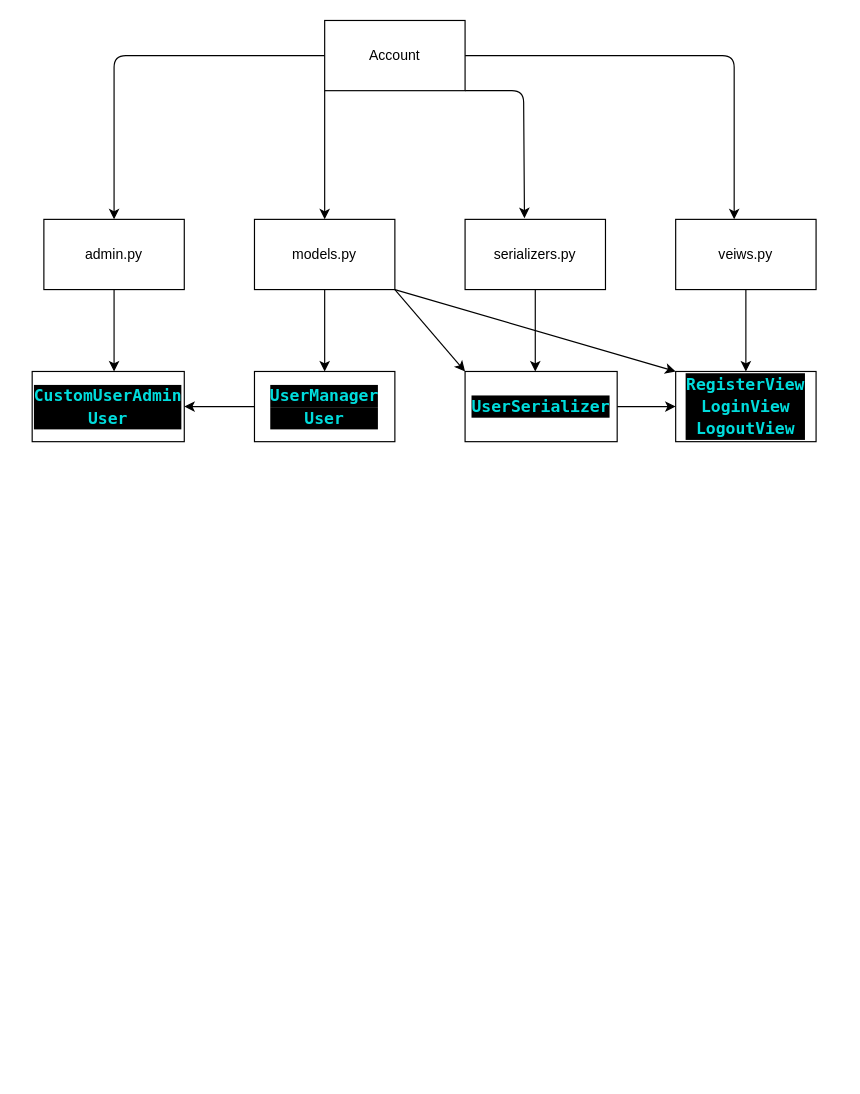
This is Account.drawio from UPTUZOVER/Ecommerce-full-django, a draw.io file, before an edit. Source tidied: cells renumbered, new cells numbered last; positions are measured from the earlier drawing's top-left corner, leaving out a move shared by most shapes. Both pictures are drawn from the tidied source at 117%, with x=0, y=0 at pixel (32, 20).
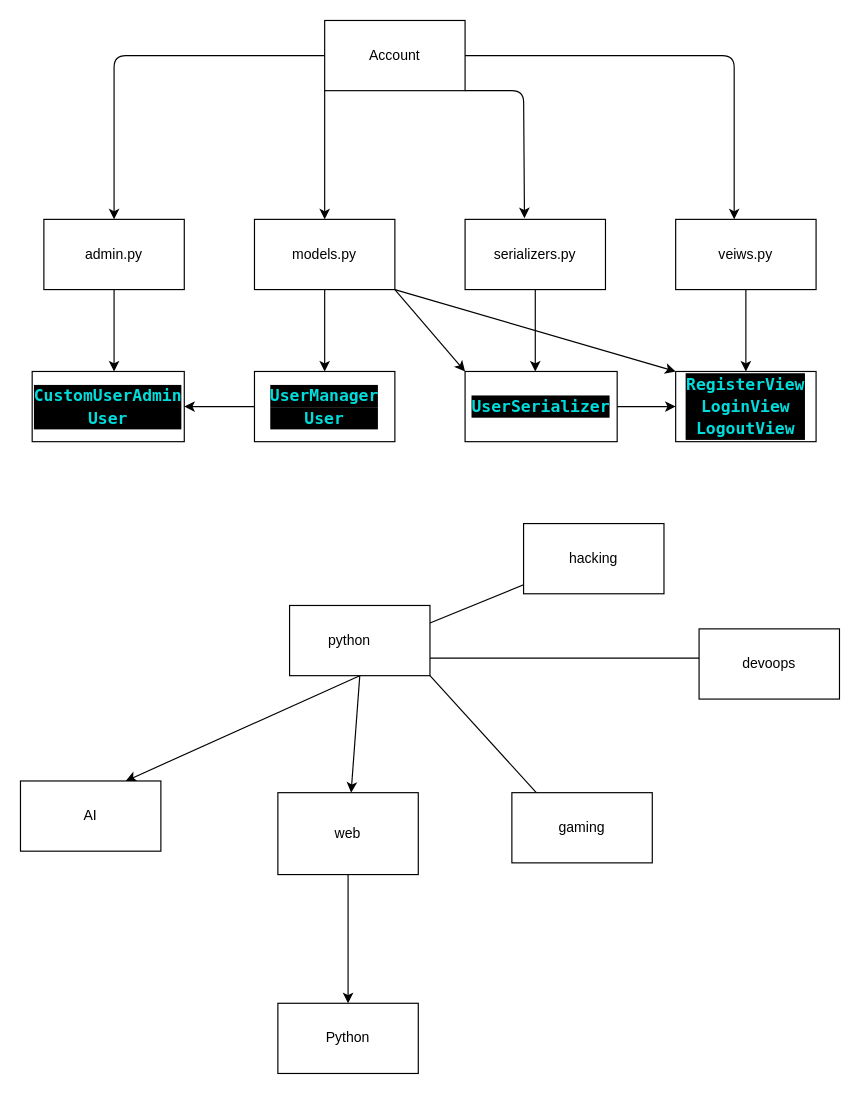
The same diagram, later.

Diff of the diagram source:
```diff
@@
+    <mxCell id="24" style="edgeStyle=none;html=1;exitX=0.5;exitY=1;exitDx=0;exitDy=0;entryX=0.5;entryY=0;entryDx=0;entryDy=0;" parent="1" edge="1" source="29">
+      <mxGeometry relative="1" as="geometry">
+        <mxPoint x="80" y="650" as="targetPoint" />
+      </mxGeometry>
+    </mxCell>
+    <mxCell id="25" style="edgeStyle=none;html=1;exitX=0.5;exitY=1;exitDx=0;exitDy=0;" parent="1" edge="1" source="29" target="31">
+      <mxGeometry relative="1" as="geometry" />
+    </mxCell>
+    <mxCell id="26" style="edgeStyle=none;html=1;exitX=1;exitY=1;exitDx=0;exitDy=0;" parent="1" edge="1" source="29">
+      <mxGeometry relative="1" as="geometry">
+        <mxPoint x="440" y="670" as="targetPoint" />
+      </mxGeometry>
+    </mxCell>
+    <mxCell id="27" style="edgeStyle=none;html=1;exitX=1;exitY=0.75;exitDx=0;exitDy=0;" parent="1" edge="1" source="29">
+      <mxGeometry relative="1" as="geometry">
+        <mxPoint x="590" y="545" as="targetPoint" />
+      </mxGeometry>
+    </mxCell>
+    <mxCell id="28" style="edgeStyle=none;html=1;exitX=1;exitY=0.25;exitDx=0;exitDy=0;" parent="1" edge="1" source="29">
+      <mxGeometry relative="1" as="geometry">
+        <mxPoint x="450" y="470" as="targetPoint" />
+      </mxGeometry>
+    </mxCell>
+    <mxCell id="29" value="python&lt;span style=&quot;white-space: pre;&quot;&gt;&#9;&lt;/span&gt;" style="whiteSpace=wrap;html=1;" parent="1" vertex="1">
+      <mxGeometry x="220" y="500" width="120" height="60" as="geometry" />
+    </mxCell>
+    <mxCell id="30" style="edgeStyle=none;html=1;exitX=0.5;exitY=1;exitDx=0;exitDy=0;entryX=0.5;entryY=0;entryDx=0;entryDy=0;" parent="1" edge="1" source="31" target="36">
+      <mxGeometry relative="1" as="geometry" />
+    </mxCell>
+    <mxCell id="31" value="web" style="whiteSpace=wrap;html=1;" parent="1" vertex="1">
+      <mxGeometry x="210" y="660" width="120" height="70" as="geometry" />
+    </mxCell>
+    <mxCell id="32" value="AI" style="whiteSpace=wrap;html=1;" parent="1" vertex="1">
+      <mxGeometry x="-10" y="650" width="120" height="60" as="geometry" />
+    </mxCell>
+    <mxCell id="33" value="gaming" style="whiteSpace=wrap;html=1;" parent="1" vertex="1">
+      <mxGeometry x="410" y="660" width="120" height="60" as="geometry" />
+    </mxCell>
+    <mxCell id="34" value="devoops" style="whiteSpace=wrap;html=1;" parent="1" vertex="1">
+      <mxGeometry x="570" y="520" width="120" height="60" as="geometry" />
+    </mxCell>
+    <mxCell id="35" value="hacking" style="whiteSpace=wrap;html=1;" parent="1" vertex="1">
+      <mxGeometry x="420" y="430" width="120" height="60" as="geometry" />
+    </mxCell>
+    <mxCell id="36" value="Python" style="whiteSpace=wrap;html=1;" parent="1" vertex="1">
+      <mxGeometry x="210" y="840" width="120" height="60" as="geometry" />
+    </mxCell>
```
